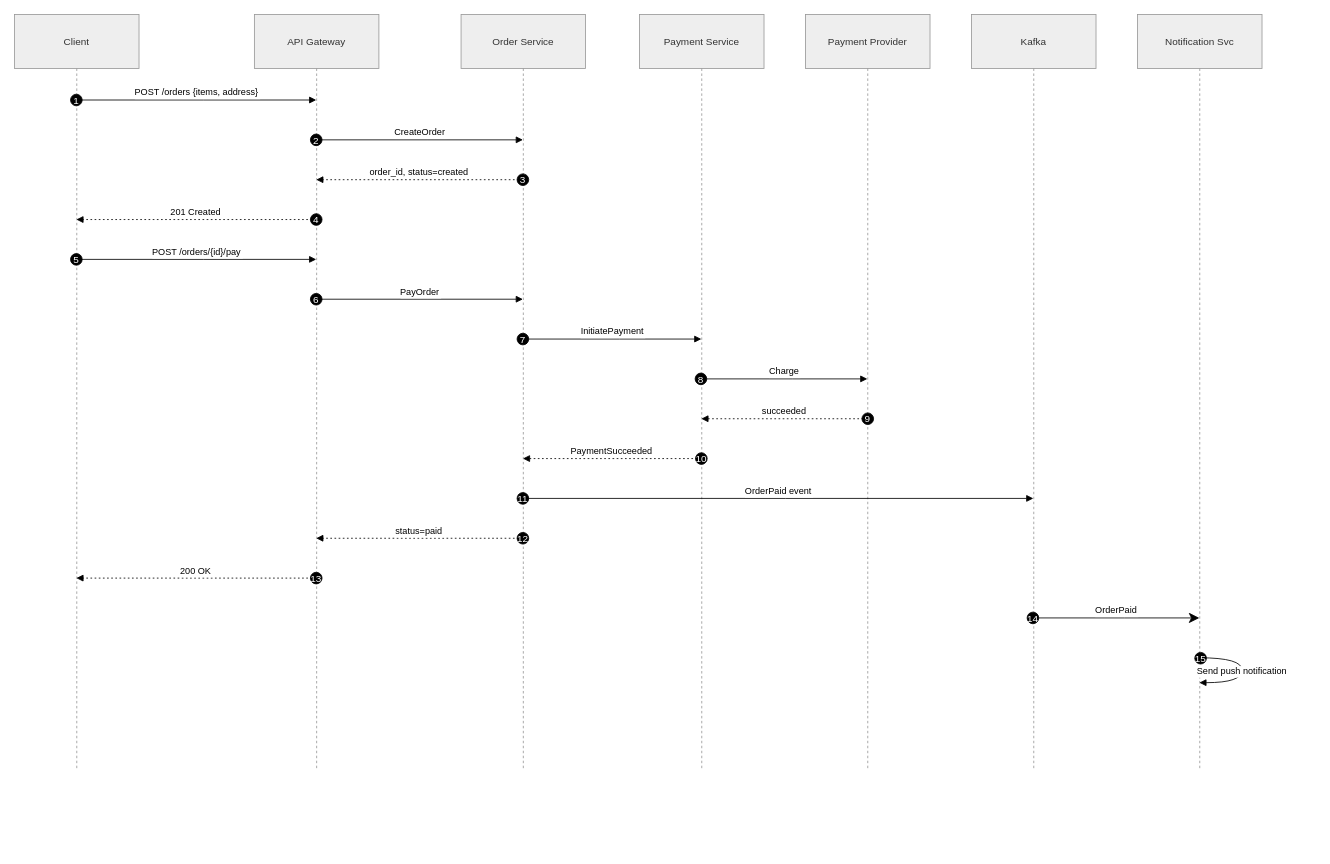
Above: docs/diagrams/seq-happy-path.drawio in hextract/highload (draw.io), before the change. Source tidied: cells renumbered, new cells numbered last; positions are measured from the earlier drawing's top-left corner, leaving out a move shared by most shapes. Both pictures are drawn from the tidied source at 83%, with x=0, y=0 at pixel (14, 14).
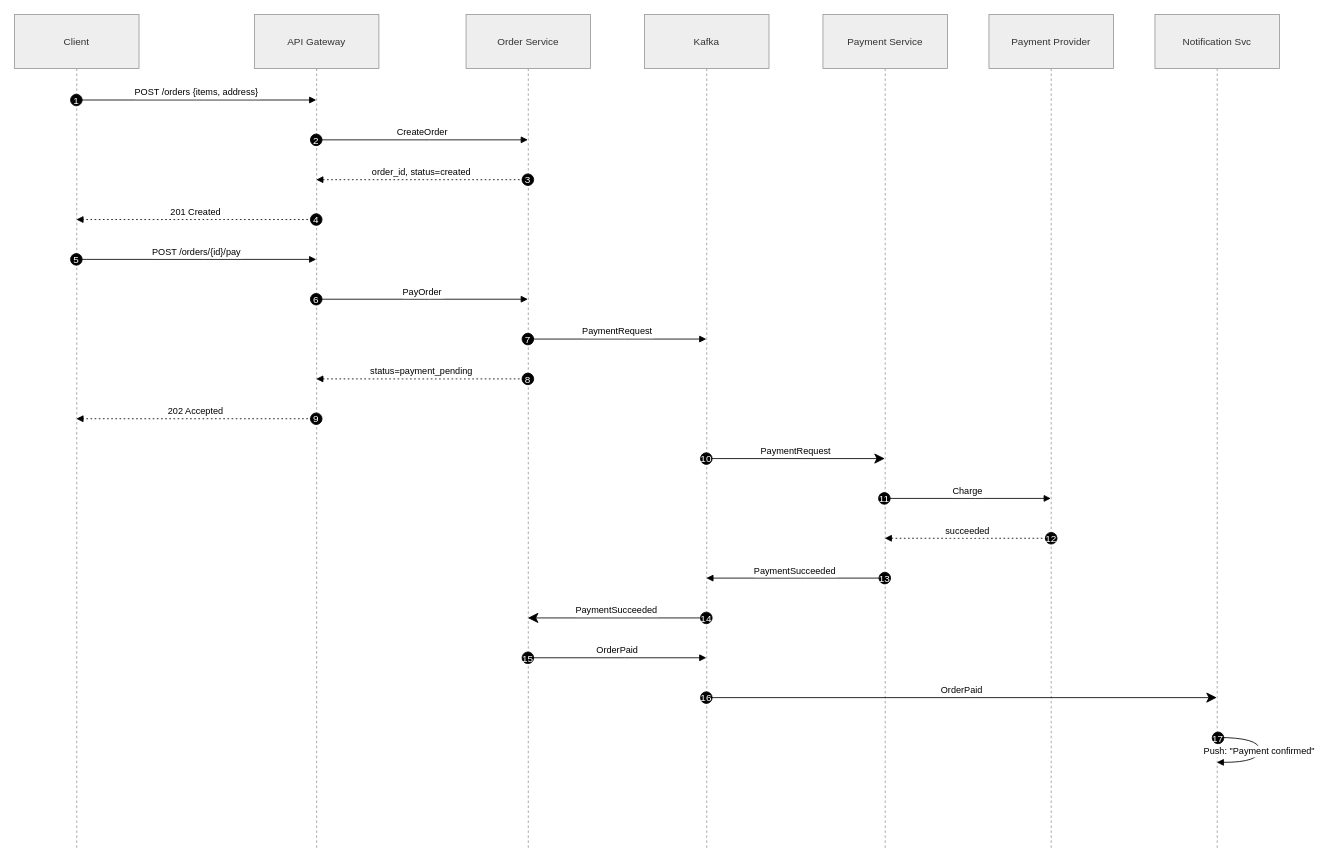
Above is the later version.

The edit, as a diff of the source:
```diff
@@
     <mxCell id="2" value="Client" style="shape=umlLifeline;perimeter=lifelinePerimeter;whiteSpace=wrap;outlineConnect=0;portConstraint=eastwest;newEdgeStyle={&quot;edgeStyle&quot;:&quot;elbowEdgeStyle&quot;,&quot;elbow&quot;:&quot;vertical&quot;,&quot;curved&quot;:0,&quot;rounded&quot;:0};size=65;fillColor=light-dark(#eeeeee,#1f2020);strokeColor=light-dark(#999999,#cccccc);fontColor=light-dark(#333333,#cccccc);" parent="1" vertex="1">
-      <mxGeometry width="150" height="910" as="geometry" />
+      <mxGeometry width="150" height="1006" as="geometry" />
     </mxCell>
     <mxCell id="3" value="API Gateway" style="shape=umlLifeline;perimeter=lifelinePerimeter;whiteSpace=wrap;outlineConnect=0;portConstraint=eastwest;newEdgeStyle={&quot;edgeStyle&quot;:&quot;elbowEdgeStyle&quot;,&quot;elbow&quot;:&quot;vertical&quot;,&quot;curved&quot;:0,&quot;rounded&quot;:0};size=65;fillColor=light-dark(#eeeeee,#1f2020);strokeColor=light-dark(#999999,#cccccc);fontColor=light-dark(#333333,#cccccc);" parent="1" vertex="1">
-      <mxGeometry x="289" width="150" height="910" as="geometry" />
+      <mxGeometry x="289" width="150" height="1006" as="geometry" />
     </mxCell>
     <mxCell id="4" value="Order Service" style="shape=umlLifeline;perimeter=lifelinePerimeter;whiteSpace=wrap;outlineConnect=0;portConstraint=eastwest;newEdgeStyle={&quot;edgeStyle&quot;:&quot;elbowEdgeStyle&quot;,&quot;elbow&quot;:&quot;vertical&quot;,&quot;curved&quot;:0,&quot;rounded&quot;:0};size=65;fillColor=light-dark(#eeeeee,#1f2020);strokeColor=light-dark(#999999,#cccccc);fontColor=light-dark(#333333,#cccccc);" parent="1" vertex="1">
-      <mxGeometry x="538" width="150" height="910" as="geometry" />
+      <mxGeometry x="544" width="150" height="1006" as="geometry" />
     </mxCell>
+    <mxCell id="7" value="Kafka" style="shape=umlLifeline;perimeter=lifelinePerimeter;whiteSpace=wrap;outlineConnect=0;portConstraint=eastwest;newEdgeStyle={&quot;edgeStyle&quot;:&quot;elbowEdgeStyle&quot;,&quot;elbow&quot;:&quot;vertical&quot;,&quot;curved&quot;:0,&quot;rounded&quot;:0};size=65;fillColor=light-dark(#eeeeee,#1f2020);strokeColor=light-dark(#999999,#cccccc);fontColor=light-dark(#333333,#cccccc);" parent="1" vertex="1">
+      <mxGeometry x="759" width="150" height="1006" as="geometry" />
+    </mxCell>
     <mxCell id="5" value="Payment Service" style="shape=umlLifeline;perimeter=lifelinePerimeter;whiteSpace=wrap;outlineConnect=0;portConstraint=eastwest;newEdgeStyle={&quot;edgeStyle&quot;:&quot;elbowEdgeStyle&quot;,&quot;elbow&quot;:&quot;vertical&quot;,&quot;curved&quot;:0,&quot;rounded&quot;:0};size=65;fillColor=light-dark(#eeeeee,#1f2020);strokeColor=light-dark(#999999,#cccccc);fontColor=light-dark(#333333,#cccccc);" parent="1" vertex="1">
-      <mxGeometry x="753" width="150" height="910" as="geometry" />
+      <mxGeometry x="974" width="150" height="1006" as="geometry" />
     </mxCell>
     <mxCell id="6" value="Payment Provider" style="shape=umlLifeline;perimeter=lifelinePerimeter;whiteSpace=wrap;outlineConnect=0;portConstraint=eastwest;newEdgeStyle={&quot;edgeStyle&quot;:&quot;elbowEdgeStyle&quot;,&quot;elbow&quot;:&quot;vertical&quot;,&quot;curved&quot;:0,&quot;rounded&quot;:0};size=65;fillColor=light-dark(#eeeeee,#1f2020);strokeColor=light-dark(#999999,#cccccc);fontColor=light-dark(#333333,#cccccc);" parent="1" vertex="1">
-      <mxGeometry x="953" width="150" height="910" as="geometry" />
+      <mxGeometry x="1174" width="150" height="1006" as="geometry" />
     </mxCell>
-    <mxCell id="7" value="Kafka" style="shape=umlLifeline;perimeter=lifelinePerimeter;whiteSpace=wrap;outlineConnect=0;portConstraint=eastwest;newEdgeStyle={&quot;edgeStyle&quot;:&quot;elbowEdgeStyle&quot;,&quot;elbow&quot;:&quot;vertical&quot;,&quot;curved&quot;:0,&quot;rounded&quot;:0};size=65;fillColor=light-dark(#eeeeee,#1f2020);strokeColor=light-dark(#999999,#cccccc);fontColor=light-dark(#333333,#cccccc);" parent="1" vertex="1">
-      <mxGeometry x="1153" width="150" height="910" as="geometry" />
-    </mxCell>
     <mxCell id="8" value="Notification Svc" style="shape=umlLifeline;perimeter=lifelinePerimeter;whiteSpace=wrap;outlineConnect=0;portConstraint=eastwest;newEdgeStyle={&quot;edgeStyle&quot;:&quot;elbowEdgeStyle&quot;,&quot;elbow&quot;:&quot;vertical&quot;,&quot;curved&quot;:0,&quot;rounded&quot;:0};size=65;fillColor=light-dark(#eeeeee,#1f2020);strokeColor=light-dark(#999999,#cccccc);fontColor=light-dark(#333333,#cccccc);" parent="1" vertex="1">
-      <mxGeometry x="1353" width="150" height="910" as="geometry" />
+      <mxGeometry x="1374" width="150" height="1006" as="geometry" />
     </mxCell>
@@
     <mxCell id="11" value="CreateOrder" style="verticalAlign=bottom;edgeStyle=elbowEdgeStyle;elbow=vertical;curved=0;rounded=0;endArrow=block;" parent="1" edge="1" source="3" target="4">
       <mxGeometry relative="1" as="geometry">
         <Array as="points">
-          <mxPoint x="497" y="151" />
+          <mxPoint x="500" y="151" />
         </Array>
       </mxGeometry>
     </mxCell>
     <mxCell id="12" value="2" style="ellipse;fillColor=#000000;align=center;fontColor=#FFFFFF;" parent="11" vertex="1">
       <mxGeometry width="14" height="14" relative="1" as="geometry">
-        <mxPoint x="-132" y="-7" as="offset" />
+        <mxPoint x="-135" y="-7" as="offset" />
       </mxGeometry>
     </mxCell>
     <mxCell id="13" value="order_id, status=created" style="verticalAlign=bottom;edgeStyle=elbowEdgeStyle;elbow=vertical;curved=0;rounded=0;dashed=1;dashPattern=2 3;endArrow=block;" parent="1" edge="1" source="4" target="3">
       <mxGeometry relative="1" as="geometry">
         <Array as="points">
-          <mxPoint x="500" y="199" />
+          <mxPoint x="503" y="199" />
         </Array>
       </mxGeometry>
     </mxCell>
     <mxCell id="14" value="3" style="ellipse;fillColor=#000000;align=center;fontColor=#FFFFFF;" parent="13" vertex="1">
       <mxGeometry width="14" height="14" relative="1" as="geometry">
-        <mxPoint x="118" y="-7" as="offset" />
+        <mxPoint x="121" y="-7" as="offset" />
       </mxGeometry>
     </mxCell>
@@
     <mxCell id="19" value="PayOrder" style="verticalAlign=bottom;edgeStyle=elbowEdgeStyle;elbow=vertical;curved=0;rounded=0;endArrow=block;" parent="1" edge="1" source="3" target="4">
       <mxGeometry relative="1" as="geometry">
         <Array as="points">
-          <mxPoint x="497" y="343" />
+          <mxPoint x="500" y="343" />
         </Array>
       </mxGeometry>
     </mxCell>
     <mxCell id="20" value="6" style="ellipse;fillColor=#000000;align=center;fontColor=#FFFFFF;" parent="19" vertex="1">
       <mxGeometry width="14" height="14" relative="1" as="geometry">
-        <mxPoint x="-132" y="-7" as="offset" />
+        <mxPoint x="-135" y="-7" as="offset" />
       </mxGeometry>
     </mxCell>
-    <mxCell id="21" value="InitiatePayment" style="verticalAlign=bottom;edgeStyle=elbowEdgeStyle;elbow=vertical;curved=0;rounded=0;endArrow=block;" parent="1" edge="1" source="4" target="5">
-      <mxGeometry relative="1" as="geometry">
-        <Array as="points">
-          <mxPoint x="729" y="391" />
-        </Array>
-      </mxGeometry>
-    </mxCell>
+    <mxCell id="39" value="PaymentRequest" style="verticalAlign=bottom;edgeStyle=elbowEdgeStyle;elbow=vertical;curved=0;rounded=0;endArrow=block;" parent="1" edge="1" source="4" target="7">
+      <mxGeometry relative="1" as="geometry">
+        <Array as="points">
+          <mxPoint x="735" y="391" />
+        </Array>
+      </mxGeometry>
+    </mxCell>
-    <mxCell id="22" value="7" style="ellipse;fillColor=#000000;align=center;fontColor=#FFFFFF;" parent="21" vertex="1">
+    <mxCell id="22" value="7" style="ellipse;fillColor=#000000;align=center;fontColor=#FFFFFF;" parent="39" vertex="1">
       <mxGeometry width="14" height="14" relative="1" as="geometry">
         <mxPoint x="-115" y="-7" as="offset" />
       </mxGeometry>
     </mxCell>
+    <mxCell id="31" value="status=payment_pending" style="verticalAlign=bottom;edgeStyle=elbowEdgeStyle;elbow=vertical;curved=0;rounded=0;dashed=1;dashPattern=2 3;endArrow=block;" parent="1" edge="1" source="4" target="3">
+      <mxGeometry relative="1" as="geometry">
+        <Array as="points">
+          <mxPoint x="503" y="439" />
+        </Array>
+      </mxGeometry>
+    </mxCell>
+    <mxCell id="24" value="8" style="ellipse;fillColor=#000000;align=center;fontColor=#FFFFFF;" parent="31" vertex="1">
+      <mxGeometry width="14" height="14" relative="1" as="geometry">
+        <mxPoint x="121" y="-7" as="offset" />
+      </mxGeometry>
+    </mxCell>
+    <mxCell id="33" value="202 Accepted" style="verticalAlign=bottom;edgeStyle=elbowEdgeStyle;elbow=vertical;curved=0;rounded=0;dashed=1;dashPattern=2 3;endArrow=block;" parent="1" edge="1" source="3" target="2">
+      <mxGeometry relative="1" as="geometry">
+        <Array as="points">
+          <mxPoint x="231" y="487" />
+        </Array>
+      </mxGeometry>
+    </mxCell>
+    <mxCell id="26" value="9" style="ellipse;fillColor=#000000;align=center;fontColor=#FFFFFF;" parent="33" vertex="1">
+      <mxGeometry width="14" height="14" relative="1" as="geometry">
+        <mxPoint x="138" y="-7" as="offset" />
+      </mxGeometry>
+    </mxCell>
+    <mxCell id="40" value="PaymentRequest" style="verticalAlign=bottom;edgeStyle=elbowEdgeStyle;elbow=vertical;curved=0;rounded=0;endArrow=classic;endSize=10;" parent="1" edge="1" source="7" target="5">
+      <mxGeometry relative="1" as="geometry">
+        <Array as="points">
+          <mxPoint x="950" y="535" />
+        </Array>
+      </mxGeometry>
+    </mxCell>
+    <mxCell id="28" value="10" style="ellipse;fillColor=#000000;align=center;fontColor=#FFFFFF;" parent="40" vertex="1">
+      <mxGeometry width="14" height="14" relative="1" as="geometry">
+        <mxPoint x="-115" y="-7" as="offset" />
+      </mxGeometry>
+    </mxCell>
     <mxCell id="23" value="Charge" style="verticalAlign=bottom;edgeStyle=elbowEdgeStyle;elbow=vertical;curved=0;rounded=0;endArrow=block;" parent="1" edge="1" source="5" target="6">
       <mxGeometry relative="1" as="geometry">
         <Array as="points">
-          <mxPoint x="937" y="439" />
+          <mxPoint x="1158" y="583" />
         </Array>
       </mxGeometry>
     </mxCell>
-    <mxCell id="24" value="8" style="ellipse;fillColor=#000000;align=center;fontColor=#FFFFFF;" parent="23" vertex="1">
-      <mxGeometry width="14" height="14" relative="1" as="geometry">
-        <mxPoint x="-107.5" y="-7" as="offset" />
-      </mxGeometry>
-    </mxCell>
+    <mxCell id="30" value="11" style="ellipse;fillColor=#000000;align=center;fontColor=#FFFFFF;" parent="23" vertex="1">
+      <mxGeometry width="14" height="14" relative="1" as="geometry">
+        <mxPoint x="-107.5" y="-7" as="offset" />
+      </mxGeometry>
+    </mxCell>
     <mxCell id="25" value="succeeded" style="verticalAlign=bottom;edgeStyle=elbowEdgeStyle;elbow=vertical;curved=0;rounded=0;dashed=1;dashPattern=2 3;endArrow=block;" parent="1" edge="1" source="6" target="5">
       <mxGeometry relative="1" as="geometry">
         <Array as="points">
-          <mxPoint x="940" y="487" />
+          <mxPoint x="1161" y="631" />
         </Array>
       </mxGeometry>
     </mxCell>
-    <mxCell id="26" value="9" style="ellipse;fillColor=#000000;align=center;fontColor=#FFFFFF;" parent="25" vertex="1">
-      <mxGeometry width="14" height="14" relative="1" as="geometry">
-        <mxPoint x="93.5" y="-7" as="offset" />
-      </mxGeometry>
-    </mxCell>
-    <mxCell id="27" value="PaymentSucceeded" style="verticalAlign=bottom;edgeStyle=elbowEdgeStyle;elbow=vertical;curved=0;rounded=0;dashed=1;dashPattern=2 3;endArrow=block;" parent="1" edge="1" source="5" target="4">
-      <mxGeometry relative="1" as="geometry">
-        <Array as="points">
-          <mxPoint x="732" y="535" />
-        </Array>
-      </mxGeometry>
-    </mxCell>
-    <mxCell id="28" value="10" style="ellipse;fillColor=#000000;align=center;fontColor=#FFFFFF;" parent="27" vertex="1">
-      <mxGeometry width="14" height="14" relative="1" as="geometry">
-        <mxPoint x="101" y="-7" as="offset" />
-      </mxGeometry>
-    </mxCell>
-    <mxCell id="29" value="OrderPaid event" style="verticalAlign=bottom;edgeStyle=elbowEdgeStyle;elbow=vertical;curved=0;rounded=0;endArrow=block;" parent="1" edge="1" source="4" target="7">
-      <mxGeometry relative="1" as="geometry">
-        <Array as="points">
-          <mxPoint x="929" y="583" />
-        </Array>
-      </mxGeometry>
-    </mxCell>
-    <mxCell id="30" value="11" style="ellipse;fillColor=#000000;align=center;fontColor=#FFFFFF;" parent="29" vertex="1">
-      <mxGeometry width="14" height="14" relative="1" as="geometry">
-        <mxPoint x="-315" y="-7" as="offset" />
-      </mxGeometry>
-    </mxCell>
-    <mxCell id="31" value="status=paid" style="verticalAlign=bottom;edgeStyle=elbowEdgeStyle;elbow=vertical;curved=0;rounded=0;dashed=1;dashPattern=2 3;endArrow=block;" parent="1" edge="1" source="4" target="3">
-      <mxGeometry relative="1" as="geometry">
-        <Array as="points">
-          <mxPoint x="500" y="631" />
-        </Array>
-      </mxGeometry>
-    </mxCell>
-    <mxCell id="32" value="12" style="ellipse;fillColor=#000000;align=center;fontColor=#FFFFFF;" parent="31" vertex="1">
+    <mxCell id="32" value="12" style="ellipse;fillColor=#000000;align=center;fontColor=#FFFFFF;" parent="25" vertex="1">
       <mxGeometry width="14" height="14" relative="1" as="geometry">
-        <mxPoint x="118" y="-7" as="offset" />
+        <mxPoint x="93.5" y="-7" as="offset" />
       </mxGeometry>
     </mxCell>
-    <mxCell id="33" value="200 OK" style="verticalAlign=bottom;edgeStyle=elbowEdgeStyle;elbow=vertical;curved=0;rounded=0;dashed=1;dashPattern=2 3;endArrow=block;" parent="1" edge="1" source="3" target="2">
-      <mxGeometry relative="1" as="geometry">
-        <Array as="points">
-          <mxPoint x="231" y="679" />
-        </Array>
-      </mxGeometry>
-    </mxCell>
+    <mxCell id="41" value="PaymentSucceeded" style="verticalAlign=bottom;edgeStyle=elbowEdgeStyle;elbow=vertical;curved=0;rounded=0;endArrow=block;" parent="1" edge="1" source="5" target="7">
+      <mxGeometry relative="1" as="geometry">
+        <Array as="points">
+          <mxPoint x="953" y="679" />
+        </Array>
+      </mxGeometry>
+    </mxCell>
-    <mxCell id="34" value="13" style="ellipse;fillColor=#000000;align=center;fontColor=#FFFFFF;" parent="33" vertex="1">
+    <mxCell id="34" value="13" style="ellipse;fillColor=#000000;align=center;fontColor=#FFFFFF;" parent="41" vertex="1">
       <mxGeometry width="14" height="14" relative="1" as="geometry">
-        <mxPoint x="138" y="-7" as="offset" />
+        <mxPoint x="101" y="-7" as="offset" />
       </mxGeometry>
     </mxCell>
+    <mxCell id="42" value="PaymentSucceeded" style="verticalAlign=bottom;edgeStyle=elbowEdgeStyle;elbow=vertical;curved=0;rounded=0;endArrow=classic;endSize=10;" parent="1" edge="1" source="7" target="4">
+      <mxGeometry relative="1" as="geometry">
+        <Array as="points">
+          <mxPoint x="738" y="727" />
+        </Array>
+      </mxGeometry>
+    </mxCell>
+    <mxCell id="36" value="14" style="ellipse;fillColor=#000000;align=center;fontColor=#FFFFFF;" parent="42" vertex="1">
+      <mxGeometry width="14" height="14" relative="1" as="geometry">
+        <mxPoint x="101" y="-7" as="offset" />
+      </mxGeometry>
+    </mxCell>
+    <mxCell id="43" value="OrderPaid" style="verticalAlign=bottom;edgeStyle=elbowEdgeStyle;elbow=vertical;curved=0;rounded=0;endArrow=block;" parent="1" edge="1" source="4" target="7">
+      <mxGeometry relative="1" as="geometry">
+        <Array as="points">
+          <mxPoint x="735" y="775" />
+        </Array>
+      </mxGeometry>
+    </mxCell>
+    <mxCell id="38" value="15" style="ellipse;fillColor=#000000;align=center;fontColor=#FFFFFF;" parent="43" vertex="1">
+      <mxGeometry width="14" height="14" relative="1" as="geometry">
+        <mxPoint x="-115" y="-7" as="offset" />
+      </mxGeometry>
+    </mxCell>
     <mxCell id="35" value="OrderPaid" style="verticalAlign=bottom;edgeStyle=elbowEdgeStyle;elbow=vertical;curved=0;rounded=0;endArrow=classic;endSize=10;" parent="1" edge="1" source="7" target="8">
       <mxGeometry relative="1" as="geometry">
         <Array as="points">
-          <mxPoint x="1337" y="727" />
+          <mxPoint x="1150" y="823" />
         </Array>
       </mxGeometry>
     </mxCell>
-    <mxCell id="36" value="14" style="ellipse;fillColor=#000000;align=center;fontColor=#FFFFFF;" parent="35" vertex="1">
-      <mxGeometry width="14" height="14" relative="1" as="geometry">
-        <mxPoint x="-107.5" y="-7" as="offset" />
-      </mxGeometry>
-    </mxCell>
+    <mxCell id="44" value="16" style="ellipse;fillColor=#000000;align=center;fontColor=#FFFFFF;" parent="35" vertex="1">
+      <mxGeometry width="14" height="14" relative="1" as="geometry">
+        <mxPoint x="-315" y="-7" as="offset" />
+      </mxGeometry>
+    </mxCell>
-    <mxCell id="37" value="Send push notification" style="curved=1;endArrow=block;rounded=0;" parent="1" edge="1" source="8" target="8">
+    <mxCell id="37" value="Push: &quot;Payment confirmed&quot;" style="curved=1;endArrow=block;rounded=0;" parent="1" edge="1" source="8" target="8">
       <mxGeometry relative="1" as="geometry">
         <Array as="points">
-          <mxPoint x="1479" y="775" />
-          <mxPoint x="1479" y="805" />
+          <mxPoint x="1500" y="871" />
+          <mxPoint x="1500" y="901" />
         </Array>
       </mxGeometry>
     </mxCell>
-    <mxCell id="38" value="15" style="ellipse;fillColor=#000000;align=center;fontColor=#FFFFFF;" parent="37" vertex="1">
-      <mxGeometry width="14" height="14" relative="1" as="geometry">
-        <mxPoint x="-57" y="-22" as="offset" />
-      </mxGeometry>
-    </mxCell>
+    <mxCell id="45" value="17" style="ellipse;fillColor=#000000;align=center;fontColor=#FFFFFF;" parent="37" vertex="1">
+      <mxGeometry width="14" height="14" relative="1" as="geometry">
+        <mxPoint x="-57" y="-22" as="offset" />
+      </mxGeometry>
+    </mxCell>
```
